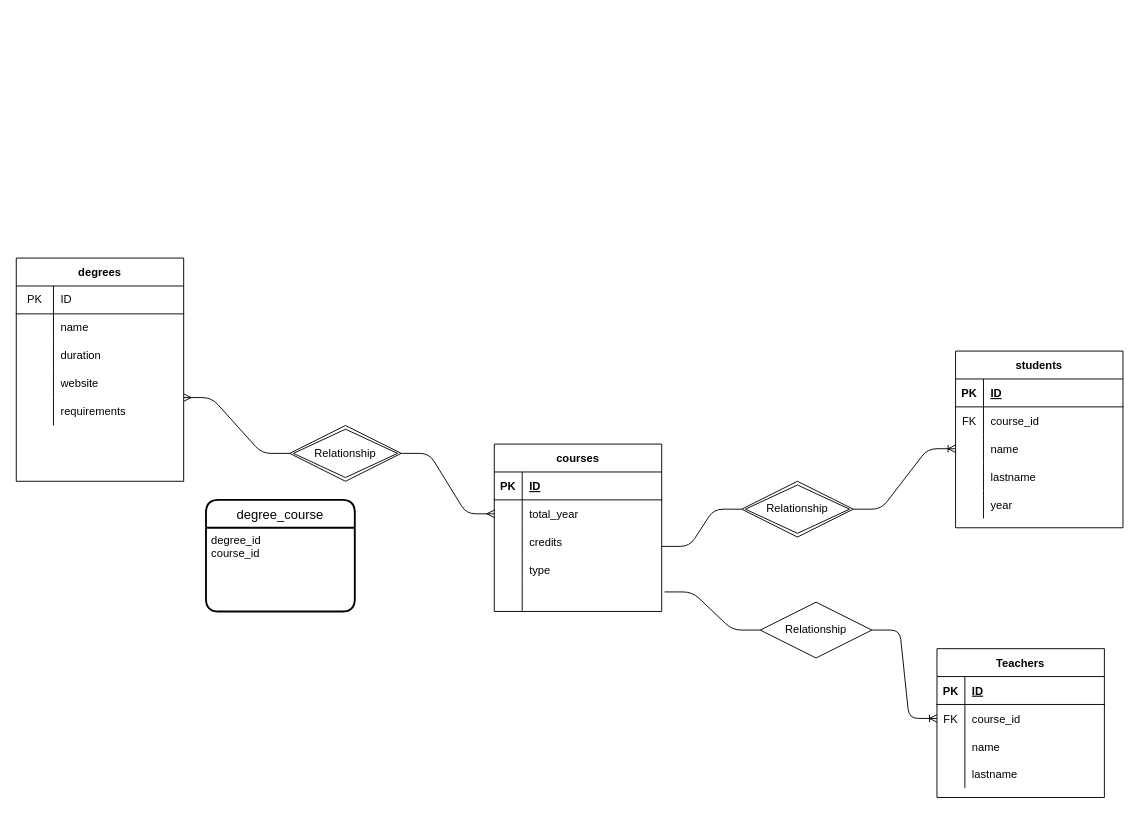
Before: db-university.drawio in NicolaL95/db-university, a draw.io diagram. Source tidied: cells renumbered, new cells numbered last; positions are measured from the earlier drawing's top-left corner, leaving out a move shared by most shapes. Both pictures are drawn from the tidied source at 93%, with x=0, y=0 at pixel (16, 258).
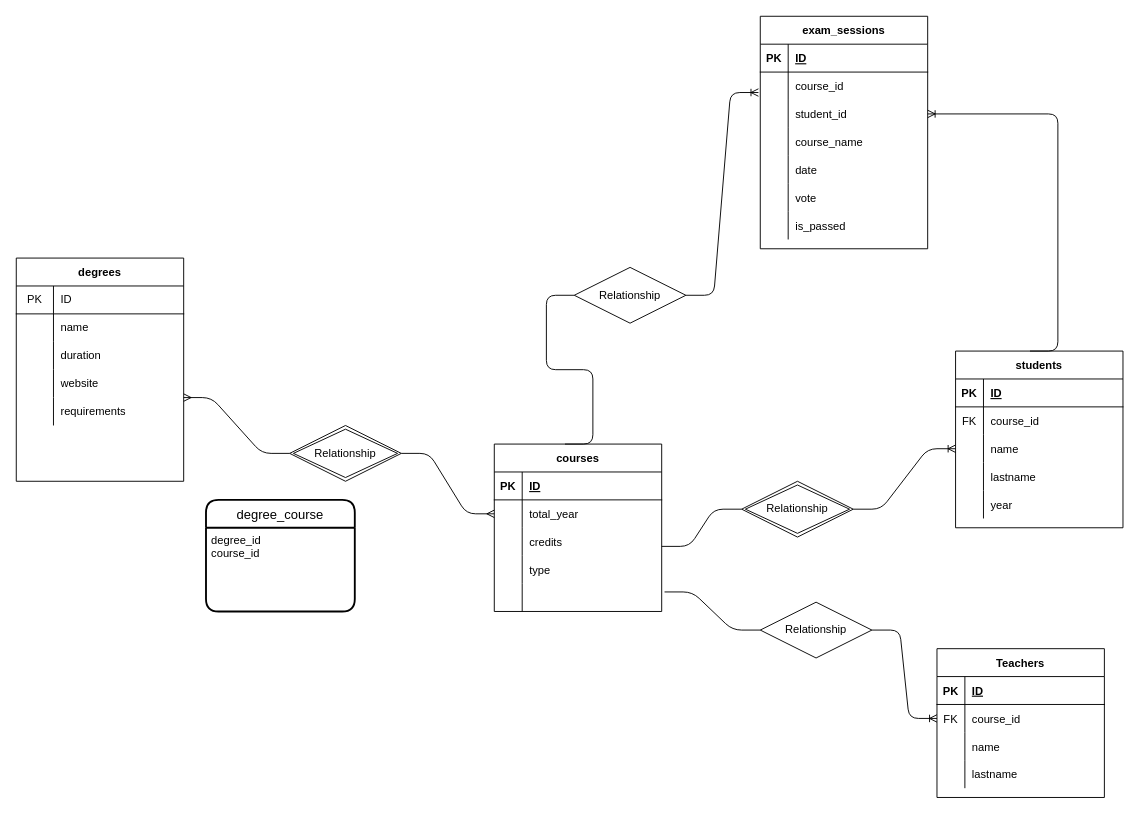
Above is the later version.

Commit message:
Add exam sessions

The edit, as a diff of the source:
```diff
@@
+    <mxCell id="74" value="exam_sessions" style="shape=table;startSize=30;childLayout=tableLayout;rowLines=0;fontStyle=1;align=center;" parent="1" vertex="1">
+      <mxGeometry x="800" y="-260" width="180" height="250" as="geometry" />
+    </mxCell>
+    <mxCell id="75" style="shape=partialRectangle;fillColor=none;top=0;left=0;bottom=1;right=0;" parent="74" vertex="1">
+      <mxGeometry y="30" width="180" height="30" as="geometry" />
+    </mxCell>
+    <mxCell id="76" value="PK" style="shape=partialRectangle;fillColor=none;top=0;left=0;bottom=0;right=0;fontStyle=1;overflow=hidden;" parent="75" vertex="1">
+      <mxGeometry width="30" height="30" as="geometry" />
+    </mxCell>
+    <mxCell id="77" value="ID" style="shape=partialRectangle;fillColor=none;top=0;left=0;bottom=0;right=0;align=left;spacingLeft=6;fontStyle=5;overflow=hidden;" parent="75" vertex="1">
+      <mxGeometry x="30" width="150" height="30" as="geometry" />
+    </mxCell>
+    <mxCell id="78" style="shape=partialRectangle;fillColor=none;top=0;left=0;bottom=0;right=0;points=[[0,0.5],[1,0.5]];portConstraint=eastwest;" parent="74" vertex="1">
+      <mxGeometry y="60" width="180" height="30" as="geometry" />
+    </mxCell>
+    <mxCell id="79" style="shape=partialRectangle;fillColor=none;top=0;left=0;bottom=0;right=0;overflow=hidden;" parent="78" vertex="1">
+      <mxGeometry width="30" height="30" as="geometry" />
+    </mxCell>
+    <mxCell id="80" value="course_id" style="shape=partialRectangle;fillColor=none;top=0;left=0;bottom=0;right=0;align=left;spacingLeft=6;overflow=hidden;" parent="78" vertex="1">
+      <mxGeometry x="30" width="150" height="30" as="geometry" />
+    </mxCell>
+    <mxCell id="81" style="shape=partialRectangle;fillColor=none;top=0;left=0;bottom=0;right=0;points=[[0,0.5],[1,0.5]];portConstraint=eastwest;" parent="74" vertex="1">
+      <mxGeometry y="90" width="180" height="30" as="geometry" />
+    </mxCell>
+    <mxCell id="82" style="shape=partialRectangle;fillColor=none;top=0;left=0;bottom=0;right=0;overflow=hidden;" parent="81" vertex="1">
+      <mxGeometry width="30" height="30" as="geometry" />
+    </mxCell>
+    <mxCell id="83" value="student_id" style="shape=partialRectangle;fillColor=none;top=0;left=0;bottom=0;right=0;align=left;spacingLeft=6;overflow=hidden;" parent="81" vertex="1">
+      <mxGeometry x="30" width="150" height="30" as="geometry" />
+    </mxCell>
+    <mxCell id="84" style="shape=partialRectangle;fillColor=none;top=0;left=0;bottom=0;right=0;" parent="74" vertex="1">
+      <mxGeometry y="120" width="180" height="30" as="geometry" />
+    </mxCell>
+    <mxCell id="85" style="shape=partialRectangle;fillColor=none;top=0;left=0;bottom=0;right=0;overflow=hidden;" parent="84" vertex="1">
+      <mxGeometry width="30" height="30" as="geometry" />
+    </mxCell>
+    <mxCell id="86" value="course_name" style="shape=partialRectangle;fillColor=none;top=0;left=0;bottom=0;right=0;align=left;spacingLeft=6;overflow=hidden;" parent="84" vertex="1">
+      <mxGeometry x="30" width="150" height="30" as="geometry" />
+    </mxCell>
+    <mxCell id="87" style="shape=partialRectangle;fillColor=none;top=0;left=0;bottom=0;right=0;" parent="74" vertex="1">
+      <mxGeometry y="150" width="180" height="30" as="geometry" />
+    </mxCell>
+    <mxCell id="88" style="shape=partialRectangle;fillColor=none;top=0;left=0;bottom=0;right=0;overflow=hidden;" parent="87" vertex="1">
+      <mxGeometry width="30" height="30" as="geometry" />
+    </mxCell>
+    <mxCell id="89" value="date" style="shape=partialRectangle;fillColor=none;top=0;left=0;bottom=0;right=0;align=left;spacingLeft=6;overflow=hidden;" parent="87" vertex="1">
+      <mxGeometry x="30" width="150" height="30" as="geometry" />
+    </mxCell>
+    <mxCell id="90" style="shape=partialRectangle;fillColor=none;top=0;left=0;bottom=0;right=0;" parent="74" vertex="1">
+      <mxGeometry y="180" width="180" height="30" as="geometry" />
+    </mxCell>
+    <mxCell id="91" style="shape=partialRectangle;fillColor=none;top=0;left=0;bottom=0;right=0;overflow=hidden;" parent="90" vertex="1">
+      <mxGeometry width="30" height="30" as="geometry" />
+    </mxCell>
+    <mxCell id="92" value="vote" style="shape=partialRectangle;fillColor=none;top=0;left=0;bottom=0;right=0;align=left;spacingLeft=6;overflow=hidden;" parent="90" vertex="1">
+      <mxGeometry x="30" width="150" height="30" as="geometry" />
+    </mxCell>
+    <mxCell id="93" style="shape=partialRectangle;fillColor=none;top=0;left=0;bottom=0;right=0;" parent="74" vertex="1">
+      <mxGeometry y="210" width="180" height="30" as="geometry" />
+    </mxCell>
+    <mxCell id="94" style="shape=partialRectangle;fillColor=none;top=0;left=0;bottom=0;right=0;overflow=hidden;" parent="93" vertex="1">
+      <mxGeometry width="30" height="30" as="geometry" />
+    </mxCell>
+    <mxCell id="95" value="is_passed" style="shape=partialRectangle;fillColor=none;top=0;left=0;bottom=0;right=0;align=left;spacingLeft=6;overflow=hidden;" parent="93" vertex="1">
+      <mxGeometry x="30" width="150" height="30" as="geometry" />
+    </mxCell>
+    <mxCell id="96" style="edgeStyle=entityRelationEdgeStyle;fontSize=12;html=1;endArrow=ERoneToMany;entryX=-0.011;entryY=0.733;entryDx=0;entryDy=0;entryPerimeter=0;startArrow=none;" parent="1" edge="1" source="97" target="78">
+      <mxGeometry relative="1" as="geometry" />
+    </mxCell>
+    <mxCell id="97" value="Relationship" style="shape=rhombus;perimeter=rhombusPerimeter;whiteSpace=wrap;html=1;align=center;" parent="1" vertex="1">
+      <mxGeometry x="600" y="10" width="120" height="60" as="geometry" />
+    </mxCell>
+    <mxCell id="98" style="edgeStyle=entityRelationEdgeStyle;fontSize=12;html=1;endArrow=none;entryX=0;entryY=0.5;entryDx=0;entryDy=0;" parent="1" edge="1" target="97">
+      <mxGeometry relative="1" as="geometry">
+        <mxPoint x="590" y="200" as="sourcePoint" />
+      </mxGeometry>
+    </mxCell>
+    <mxCell id="99" style="edgeStyle=entityRelationEdgeStyle;fontSize=12;html=1;endArrow=ERoneToMany;entryX=1;entryY=0.5;entryDx=0;entryDy=0;" parent="1" edge="1" target="81">
+      <mxGeometry relative="1" as="geometry">
+        <mxPoint x="1090" y="100" as="sourcePoint" />
+      </mxGeometry>
+    </mxCell>
```
